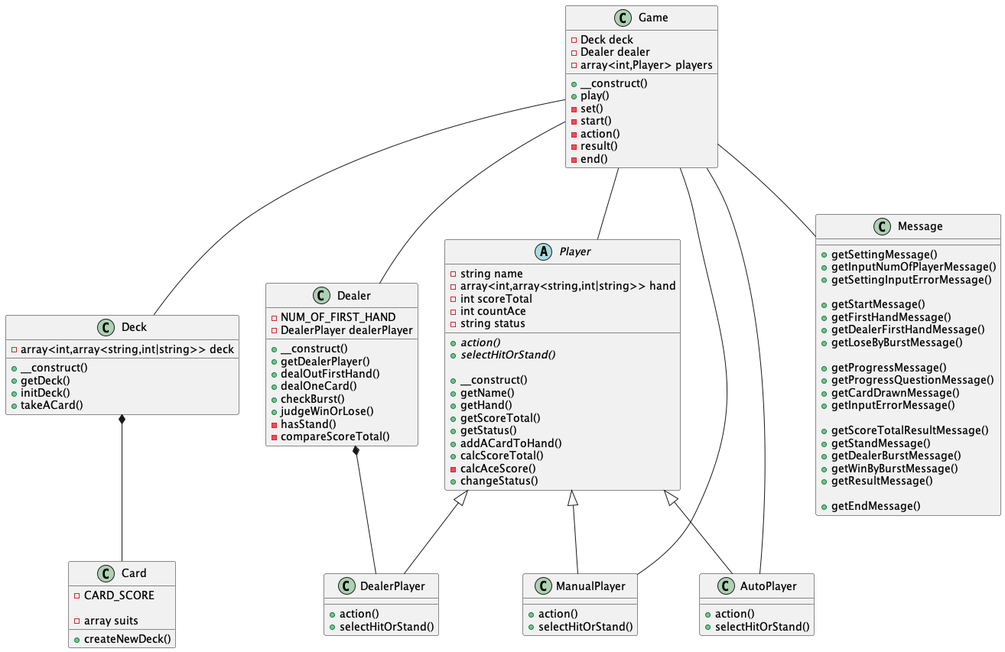
This is out/docs/class/Blackjack.png from ryamate/php-oop-cli-blackjack, a PlantUML export, as it was before one commit. The source it was exported from:
```plantuml
@startuml Blackjack

class Game {
  -Deck deck
  -Dealer dealer
  -array<int,Player> players

  +__construct()
  +play()
  -set()
  -start()
  -action()
  -result()
  -end()
}

class Deck {
  -array<int,array<string,int|string>> deck

  +__construct()
  +getDeck()
  +initDeck()
  +takeACard()
}

class Card {
  -CARD_SCORE

  -array suits
  +createNewDeck()
}

class Dealer {
  -NUM_OF_FIRST_HAND
  -DealerPlayer dealerPlayer

  +__construct()
  +getDealerPlayer()
  +dealOutFirstHand()
  +dealOneCard()
  +checkBurst()
  +judgeWinOrLose()
  -hasStand()
  -compareScoreTotal()
}

abstract Player {
  -string name
  -array<int,array<string,int|string>> hand
  -int scoreTotal
  -int countAce
  -string status

  +{abstract} action()
  +{abstract} selectHitOrStand()

  +__construct()
  +getName()
  +getHand()
  +getScoreTotal()
  +getStatus()
  +addACardToHand()
  +calcScoreTotal()
  -calcAceScore()
  +changeStatus()
}

class DealerPlayer {
  +action()
  +selectHitOrStand()
}

class ManualPlayer {
  +action()
  +selectHitOrStand()
}

class AutoPlayer {
  +action()
  +selectHitOrStand()
}

class Message {
  +getSettingMessage()
  +getInputNumOfPlayerMessage()
  +getSettingInputErrorMessage()

  +getStartMessage()
  +getFirstHandMessage()
  +getDealerFirstHandMessage()
  +getLoseByBurstMessage()

  +getProgressMessage()
  +getProgressQuestionMessage()
  +getCardDrawnMessage()
  +getInputErrorMessage()

  +getScoreTotalResultMessage()
  +getStandMessage()
  +getDealerBurstMessage()
  +getWinByBurstMessage()
  +getResultMessage()

  +getEndMessage()
}

Game -- Deck
Deck *-- Card
Game -- Dealer
Dealer *-- DealerPlayer
Game -- Player
Game --- ManualPlayer
Game --- AutoPlayer
Player <|-- DealerPlayer
Player <|-- ManualPlayer
Player <|-- AutoPlayer
Game -- Message

@enduml
```
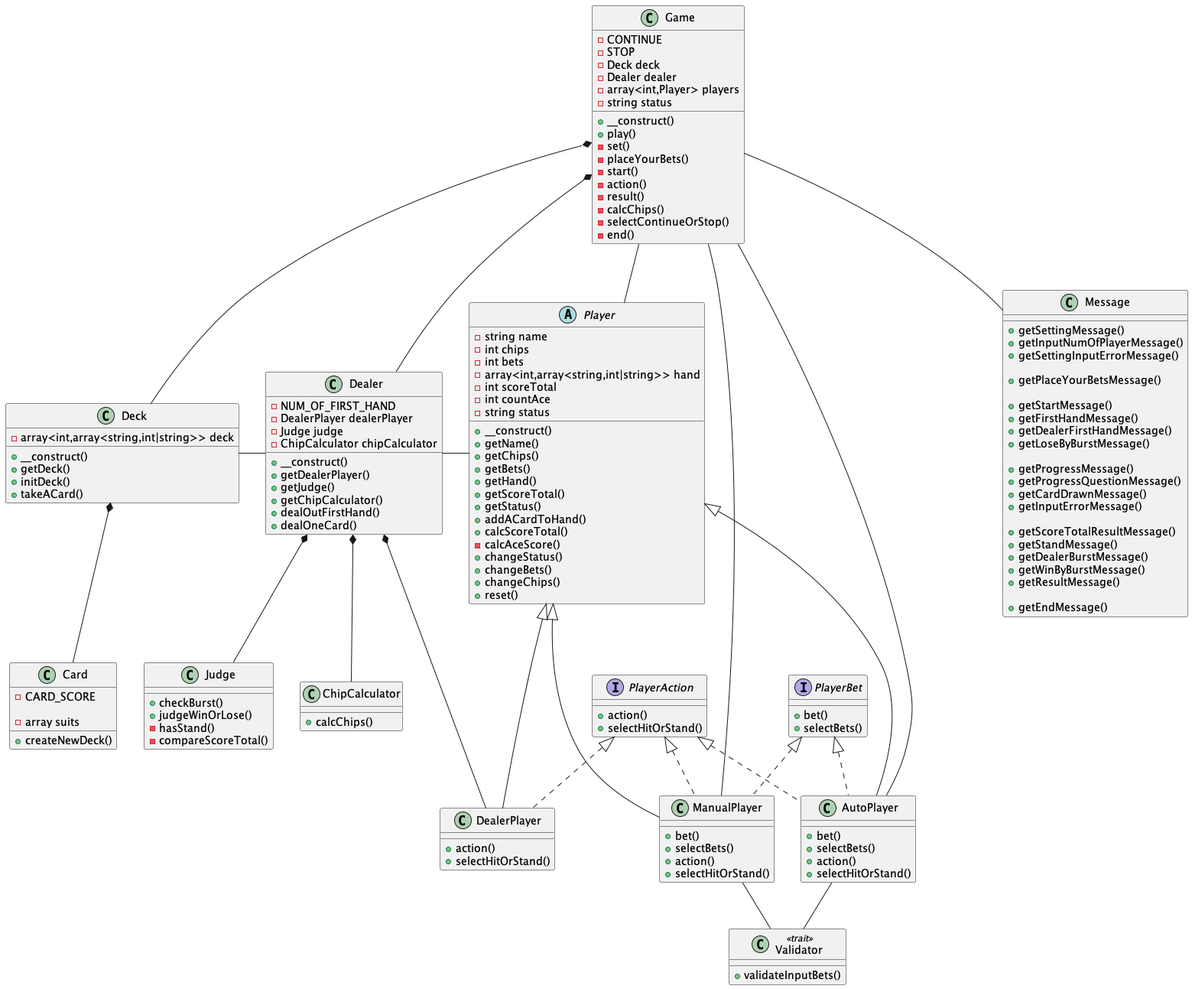
After the commit.

What changed in the source:
```diff
@@ -1,16 +1,22 @@
 @startuml Blackjack
 
 class Game {
+  -CONTINUE
+  -STOP
   -Deck deck
   -Dealer dealer
   -array<int,Player> players
+  -string status
 
   +__construct()
   +play()
   -set()
+  -placeYourBets()
   -start()
   -action()
   -result()
+  -calcChips()
+  -selectContinueOrStop()
   -end()
 }
 
@@ -33,29 +39,41 @@
 class Dealer {
   -NUM_OF_FIRST_HAND
   -DealerPlayer dealerPlayer
+  -Judge judge
+  -ChipCalculator chipCalculator
 
   +__construct()
   +getDealerPlayer()
+  +getJudge()
+  +getChipCalculator()
   +dealOutFirstHand()
   +dealOneCard()
+}
+
+class Judge {
   +checkBurst()
   +judgeWinOrLose()
   -hasStand()
   -compareScoreTotal()
 }
 
+class ChipCalculator {
+  +calcChips()
+}
+
 abstract Player {
   -string name
+  -int chips
+  -int bets
   -array<int,array<string,int|string>> hand
   -int scoreTotal
   -int countAce
   -string status
 
-  +{abstract} action()
-  +{abstract} selectHitOrStand()
-
   +__construct()
   +getName()
+  +getChips()
+  +getBets()
   +getHand()
   +getScoreTotal()
   +getStatus()
@@ -63,6 +81,19 @@
   +calcScoreTotal()
   -calcAceScore()
   +changeStatus()
+  +changeBets()
+  +changeChips()
+  +reset()
+}
+
+interface PlayerAction {
+  +action()
+  +selectHitOrStand()
+}
+
+interface PlayerBet {
+  +bet()
+  +selectBets()
 }
 
 class DealerPlayer {
@@ -71,19 +102,29 @@
 }
 
 class ManualPlayer {
+  +bet()
+  +selectBets()
   +action()
   +selectHitOrStand()
 }
 
 class AutoPlayer {
+  +bet()
+  +selectBets()
   +action()
   +selectHitOrStand()
+}
+
+class Validator <<trait>> {
+  +validateInputBets()
 }
 
 class Message {
   +getSettingMessage()
   +getInputNumOfPlayerMessage()
   +getSettingInputErrorMessage()
+
+  +getPlaceYourBetsMessage()
 
   +getStartMessage()
   +getFirstHandMessage()
@@ -104,16 +145,27 @@
   +getEndMessage()
 }
 
-Game -- Deck
+Game *-- Deck
 Deck *-- Card
-Game -- Dealer
+Game *-- Dealer
+Deck - Dealer
+Dealer - Player
+Dealer *-- Judge
+Dealer *-- ChipCalculator
 Dealer *-- DealerPlayer
 Game -- Player
 Game --- ManualPlayer
 Game --- AutoPlayer
-Player <|-- DealerPlayer
-Player <|-- ManualPlayer
-Player <|-- AutoPlayer
+Player <|--- DealerPlayer
+Player <|--- ManualPlayer
+Player <|--- AutoPlayer
+PlayerAction <|.. DealerPlayer
+PlayerAction <|.. ManualPlayer
+PlayerAction <|.. AutoPlayer
+PlayerBet <|.. ManualPlayer
+PlayerBet <|.. AutoPlayer
+ManualPlayer -- Validator
+AutoPlayer -- Validator
 Game -- Message
 
 @enduml
```
